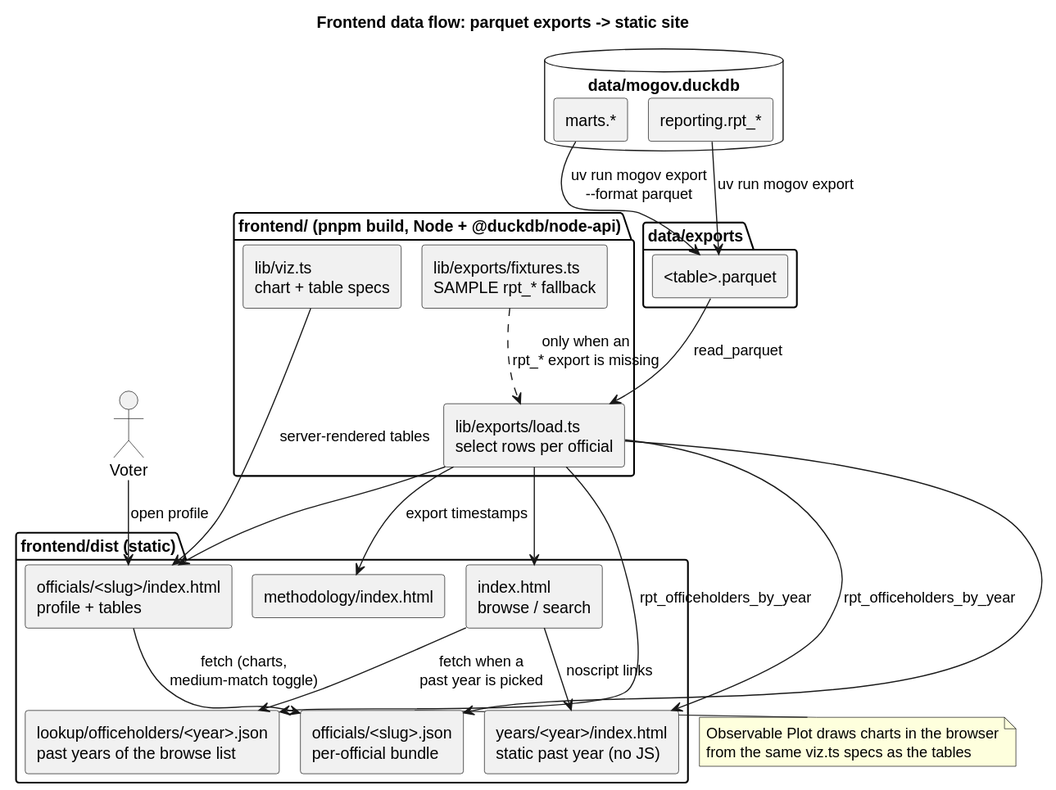
Before: docs/diagrams/frontend_data_flow.svg, a diagram exported from PlantUML (akettmann/missouri_gov_feed). Its source is kept beside it as docs/diagrams/frontend_data_flow.puml. The source it was exported from:
```plantuml
@startuml frontend_data_flow
title Frontend data flow: parquet exports -> static site
skinparam componentStyle rectangle

database "data/mogov.duckdb" as wh {
  [marts.*] as marts
  [reporting.rpt_*] as rpt
}

folder "data/exports" as exports {
  [<table>.parquet] as pq
}

package "frontend/ (pnpm build, Node + @duckdb/node-api)" {
  [lib/exports/load.ts\nselect rows per official] as load
  [lib/exports/fixtures.ts\nSAMPLE rpt_* fallback] as fixtures
  [lib/viz.ts\nchart + table specs] as viz
}

folder "frontend/dist (static)" as dist {
  [index.html\nbrowse / search] as idx
  [lookup/officeholders/<year>.json\npast years of the browse list] as yearjson
  [years/<year>/index.html\nstatic past year (no JS)] as yearpage
  [officials/<slug>/index.html\nprofile + tables] as page
  [officials/<slug>.json\nper-official bundle] as json
  [methodology/index.html] as meth
}

actor Voter as voter

marts --> pq : uv run mogov export\n--format parquet
rpt --> pq : uv run mogov export
pq --> load : read_parquet
fixtures ..> load : only when an\nrpt_* export is missing
load --> idx
load --> yearjson : rpt_officeholders_by_year
idx --> yearjson : fetch when a\npast year is picked
load --> yearpage : rpt_officeholders_by_year
idx --> yearpage : noscript links
load --> page
load --> json
load --> meth : export timestamps
viz --> page : server-rendered tables
voter --> page : open profile
page --> json : fetch (charts,\nmedium-match toggle)
note right of json
  Observable Plot draws charts in the browser
  from the same viz.ts specs as the tables
end note
@enduml
```
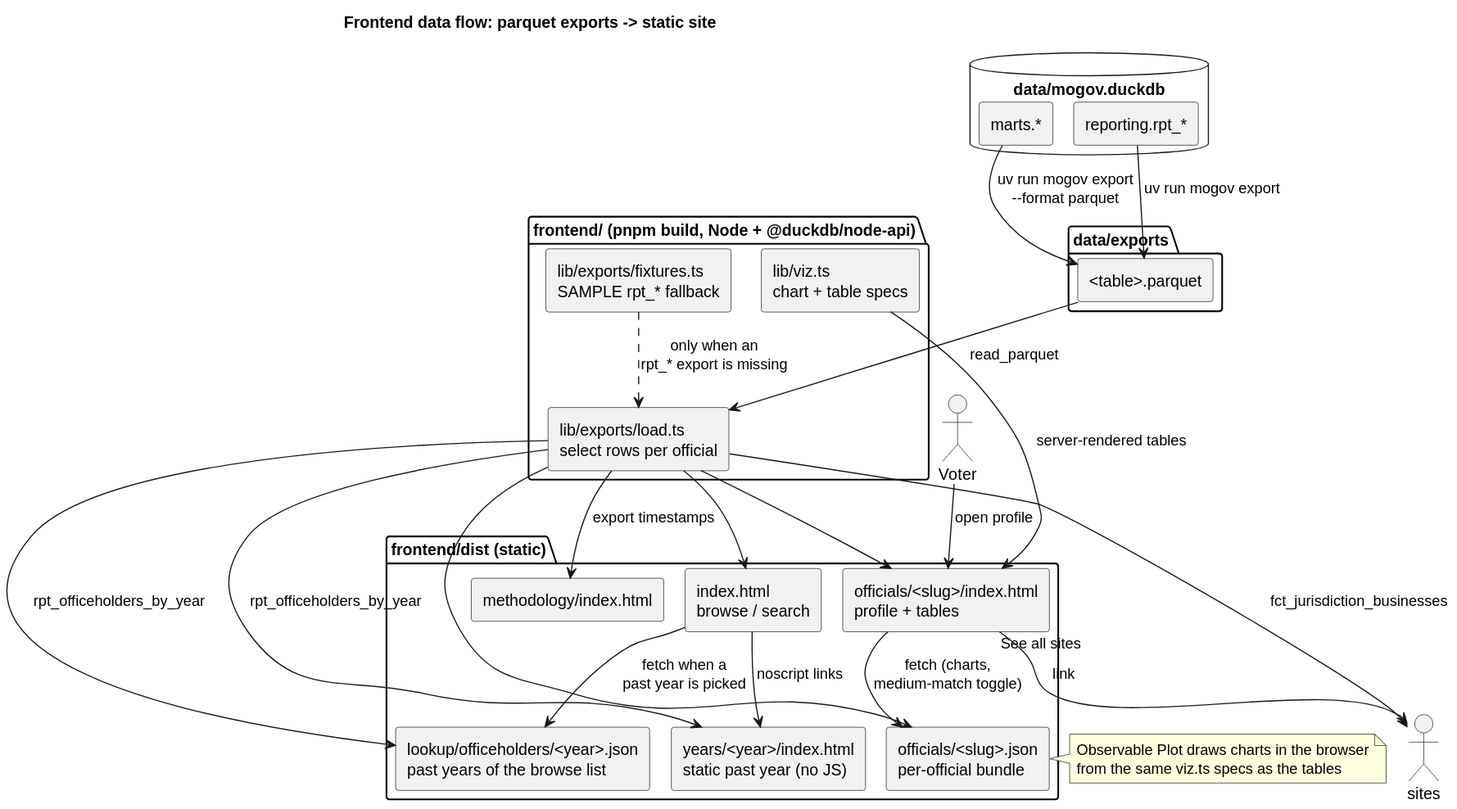
Later version of the same file.

Commit message:
Add per-district full EPA site list page and CSV (Fixes #17)

The edit, as a diff of the source:
```diff
@@ -39,6 +39,8 @@
 idx --> yearpage : noscript links
 load --> page
 load --> json
+load --> sites : fct_jurisdiction_businesses
+page --> sites : "See all sites" link
 load --> meth : export timestamps
 viz --> page : server-rendered tables
 voter --> page : open profile
```
